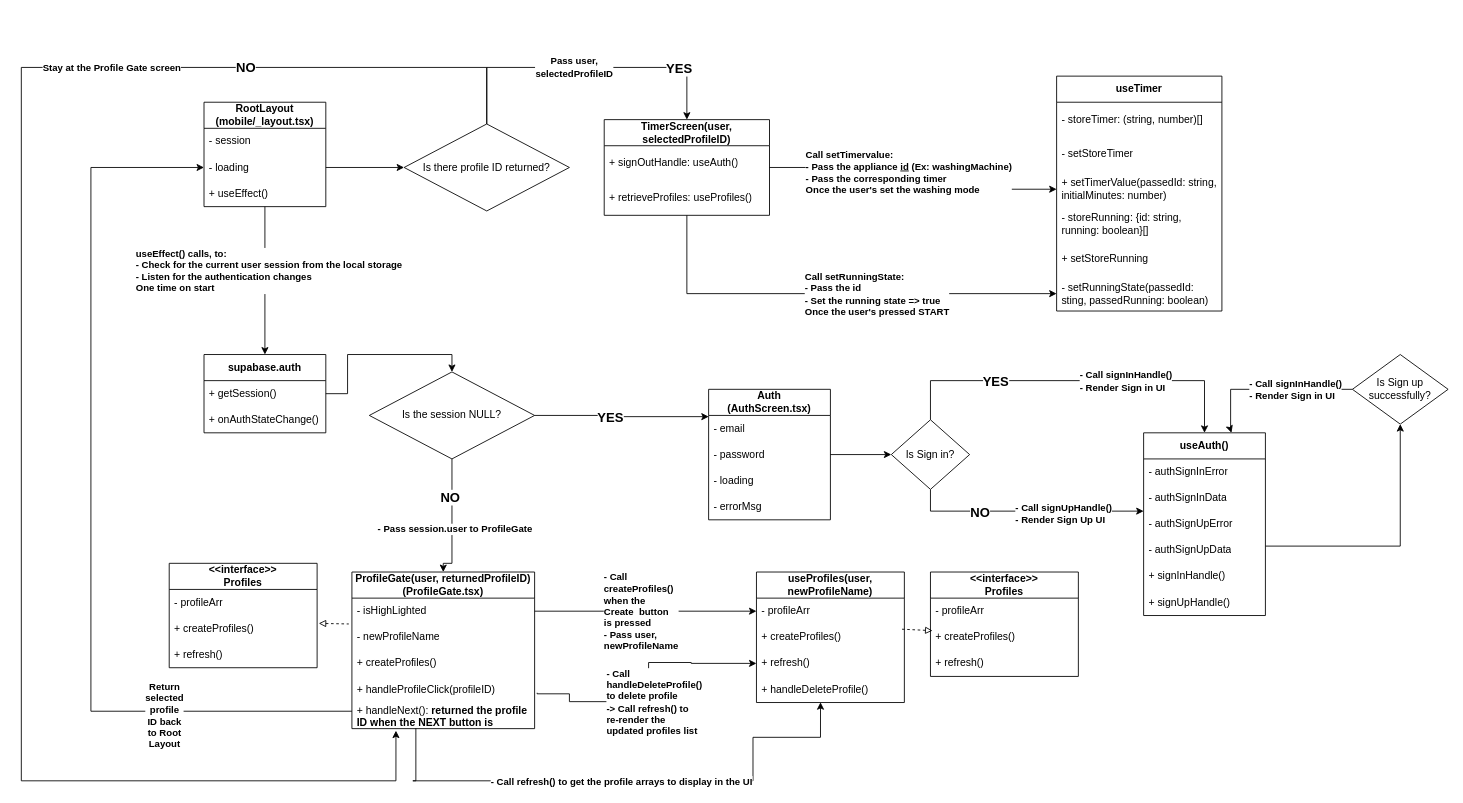
Earlier version of the draw.io diagram page "UML Class Diagram" (1 of 2) of Class_Diagram_Web.drawio (khanhsaan/SharedTimer_v1). Source tidied: cells renumbered, new cells numbered last; positions are measured from the earlier drawing's top-left corner, leaving out a move shared by most shapes. Both pictures are drawn from the tidied source at 87%, with x=0, y=0 at pixel (21, 67).
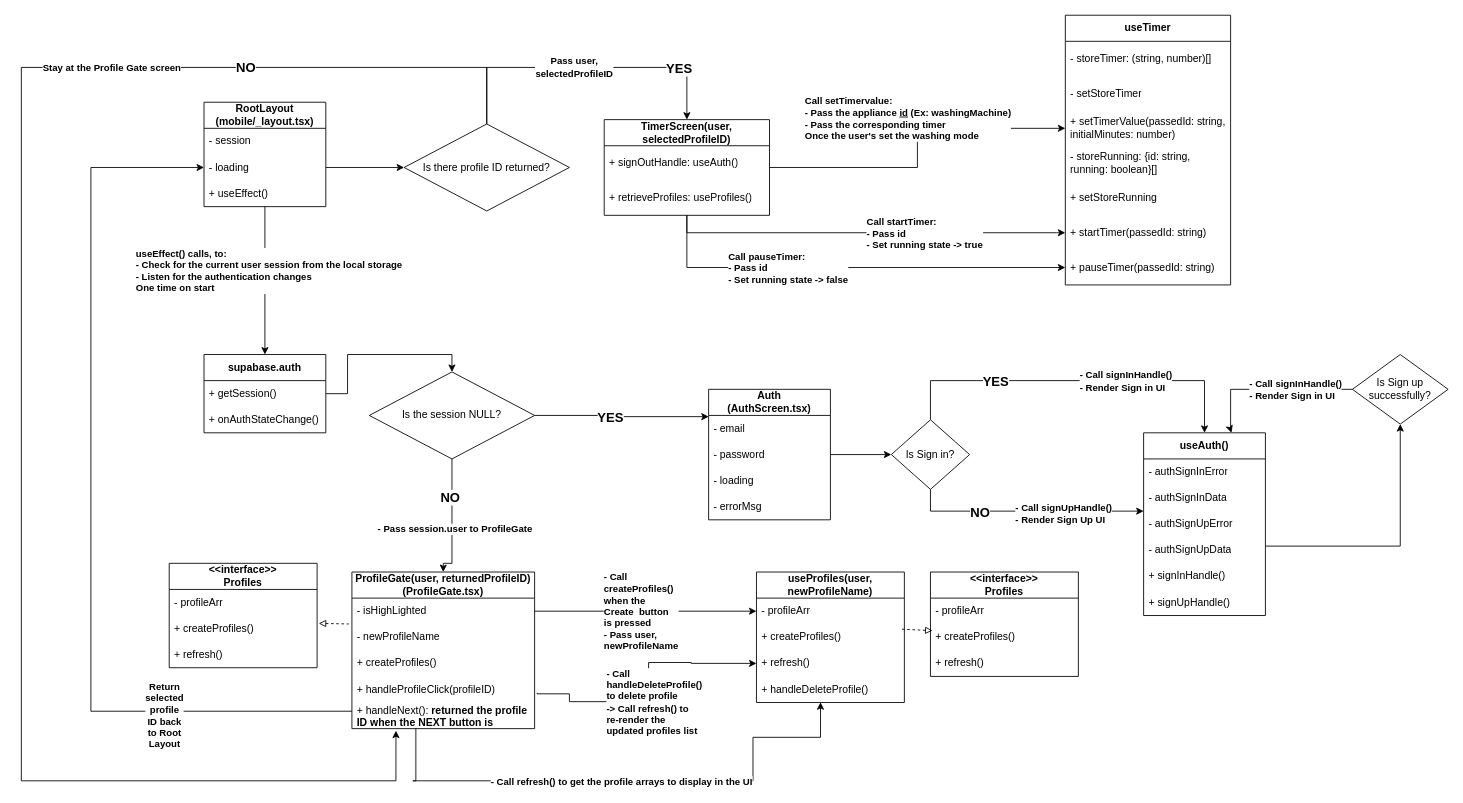
The same page after the edit.

The change refers to these unchanged cells:
```xml
<mxCell id="83" value="TimerScreen(user, selectedProfileID)" style="swimlane;fontStyle=1;horizontal=1;startSize=30;whiteSpace=wrap;html=1;" parent="1" vertex="1">
  <mxGeometry x="670" y="60" width="190" height="110" as="geometry" />
</mxCell>
<mxCell id="85" value="&lt;div&gt;+ retrieveProfiles: useProfiles()&lt;/div&gt;" style="text;strokeColor=none;fillColor=none;align=left;verticalAlign=middle;spacingLeft=4;spacingRight=4;overflow=hidden;points=[[0,0.5],[1,0.5]];portConstraint=eastwest;whiteSpace=wrap;html=1;" parent="83" vertex="1">
  <mxGeometry y="70" width="190" height="40" as="geometry" />
</mxCell>
```

What changed in the source:
```diff
@@
-    <mxCell id="81" style="edgeStyle=orthogonalEdgeStyle;rounded=0;jettySize=auto;html=1;entryX=0;entryY=0.5;entryDx=0;entryDy=0;" parent="1" edge="1" source="83" target="92">
-      <mxGeometry relative="1" as="geometry" />
-    </mxCell>
-    <mxCell id="82" value="&lt;b&gt;Call setRunningState:&lt;/b&gt;&lt;div&gt;&lt;b&gt;- Pass the id&lt;/b&gt;&lt;/div&gt;&lt;div&gt;&lt;b&gt;- Set the running state =&amp;gt; true&lt;/b&gt;&lt;/div&gt;&lt;div&gt;&lt;b&gt;Once the user's pressed START&lt;/b&gt;&lt;/div&gt;" style="edgeLabel;html=1;align=left;verticalAlign=middle;" parent="81" vertex="1">
-      <mxGeometry x="0.16" y="-3" relative="1" as="geometry">
-        <mxPoint x="-75" y="-3" as="offset" />
-      </mxGeometry>
-    </mxCell>
@@
     <mxCell id="86" value="useTimer" style="swimlane;fontStyle=1;horizontal=1;startSize=30;whiteSpace=wrap;html=1;" parent="1" vertex="1">
-      <mxGeometry x="1190" y="10" width="190" height="270" as="geometry" />
+      <mxGeometry x="1200" y="-60" width="190" height="310" as="geometry" />
     </mxCell>
@@
-    <mxCell id="92" value="- setRunningState(passedId: sting, passedRunning: boolean)" style="text;strokeColor=none;fillColor=none;align=left;verticalAlign=middle;spacingLeft=4;spacingRight=4;overflow=hidden;points=[[0,0.5],[1,0.5]];portConstraint=eastwest;whiteSpace=wrap;html=1;" parent="86" vertex="1">
-      <mxGeometry y="230" width="190" height="40" as="geometry" />
-    </mxCell>
+    <mxCell id="93" value="+ startTimer(passedId: string)" style="text;strokeColor=none;fillColor=none;align=left;verticalAlign=middle;spacingLeft=4;spacingRight=4;overflow=hidden;points=[[0,0.5],[1,0.5]];portConstraint=eastwest;whiteSpace=wrap;html=1;" parent="86" vertex="1">
+      <mxGeometry y="230" width="190" height="40" as="geometry" />
+    </mxCell>
+    <mxCell id="94" value="+ pauseTimer(passedId: string)" style="text;strokeColor=none;fillColor=none;align=left;verticalAlign=middle;spacingLeft=4;spacingRight=4;overflow=hidden;points=[[0,0.5],[1,0.5]];portConstraint=eastwest;whiteSpace=wrap;html=1;" parent="86" vertex="1">
+      <mxGeometry y="270" width="190" height="40" as="geometry" />
+    </mxCell>
+    <mxCell id="95" style="edgeStyle=orthogonalEdgeStyle;rounded=0;jettySize=auto;html=1;entryX=0;entryY=0.5;entryDx=0;entryDy=0;" parent="1" edge="1" source="85" target="93">
+      <mxGeometry relative="1" as="geometry">
+        <Array as="points">
+          <mxPoint x="765" y="190" />
+          <mxPoint x="1190" y="190" />
+        </Array>
+      </mxGeometry>
+    </mxCell>
+    <mxCell id="96" value="Call startTimer:&lt;div&gt;- Pass id&lt;/div&gt;&lt;div&gt;- Set running state -&amp;gt; true&lt;/div&gt;" style="edgeLabel;html=1;align=left;verticalAlign=middle;fontStyle=1;" parent="95" vertex="1">
+      <mxGeometry x="-0.14" y="4" relative="1" as="geometry">
+        <mxPoint x="29" y="4" as="offset" />
+      </mxGeometry>
+    </mxCell>
+    <mxCell id="97" style="edgeStyle=orthogonalEdgeStyle;rounded=0;jettySize=auto;html=1;entryX=0;entryY=0.5;entryDx=0;entryDy=0;" parent="1" edge="1" source="85" target="94">
+      <mxGeometry relative="1" as="geometry">
+        <Array as="points">
+          <mxPoint x="765" y="230" />
+        </Array>
+      </mxGeometry>
+    </mxCell>
+    <mxCell id="98" value="Call pauseTimer:&lt;div&gt;- Pass id&lt;/div&gt;&lt;div&gt;- Set running state -&amp;gt; false&lt;/div&gt;" style="edgeLabel;html=1;align=left;verticalAlign=middle;fontStyle=1;" parent="97" vertex="1">
+      <mxGeometry x="-0.04" y="3" relative="1" as="geometry">
+        <mxPoint x="-132" y="3" as="offset" />
+      </mxGeometry>
+    </mxCell>
```
